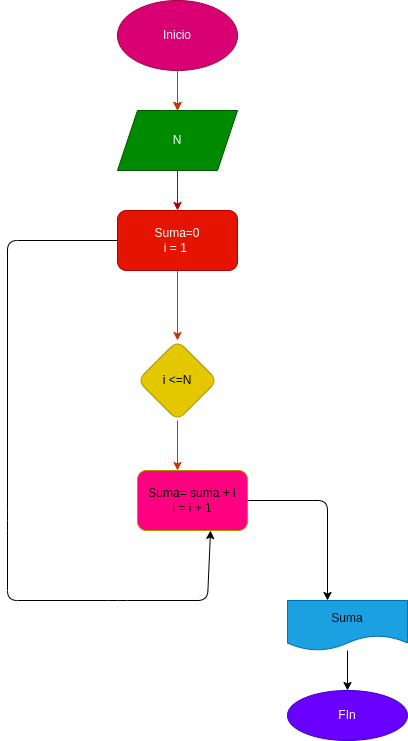
lauraq5/instrucciones_repetitivas keeps this draw.io diagram as diagrama.png. Above is the earlier version. Source tidied: cells renumbered, new cells last; positions are measured from the earlier drawing's top-left corner, leaving out a move shared by most shapes.
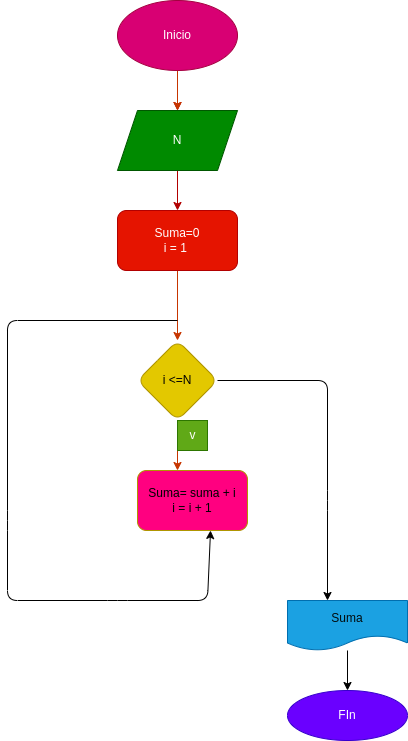
Above is the later version.

Commit message:
se creo el diagrama de fluho y se agrego el README

Diff of the diagram source:
```diff
@@ -38,10 +38,11 @@
     <mxCell id="11" value="Suma= suma + i&lt;br&gt;i = i + 1" style="whiteSpace=wrap;html=1;fillColor=#FF0080;strokeColor=#B09500;fontColor=#000000;rounded=1;" parent="1" vertex="1">
       <mxGeometry x="130" y="470" width="110" height="60" as="geometry" />
     </mxCell>
-    <mxCell id="12" style="endArrow=classic;html=1;exitX=1;exitY=0.5;exitDx=0;exitDy=0;" parent="1" edge="1" source="11">
+    <mxCell id="12" style="endArrow=classic;html=1;exitX=1;exitY=0.5;exitDx=0;exitDy=0;" parent="1" edge="1" source="10">
       <mxGeometry relative="1" as="geometry">
         <mxPoint x="320" y="600" as="targetPoint" />
         <Array as="points">
+          <mxPoint x="320" y="380" />
           <mxPoint x="320" y="500" />
         </Array>
       </mxGeometry>
@@ -55,10 +56,11 @@
     <mxCell id="15" value="FIn" style="ellipse;whiteSpace=wrap;html=1;fontColor=#ffffff;fillColor=#6a00ff;strokeColor=#3700CC;" parent="1" vertex="1">
       <mxGeometry x="280" y="690" width="120" height="50" as="geometry" />
     </mxCell>
-    <mxCell id="16" style="endArrow=classic;html=1;fontColor=#010c0e;exitX=0;exitY=0.5;exitDx=0;exitDy=0;entryX=0.664;entryY=1;entryDx=0;entryDy=0;entryPerimeter=0;" parent="1" edge="1" source="8" target="11">
+    <mxCell id="16" style="endArrow=classic;html=1;fontColor=#010c0e;entryX=0.664;entryY=1;entryDx=0;entryDy=0;entryPerimeter=0;" parent="1" edge="1" target="11">
       <mxGeometry relative="1" as="geometry">
+        <mxPoint x="170" y="320" as="sourcePoint" />
         <Array as="points">
-          <mxPoint y="240" />
+          <mxPoint y="320" />
           <mxPoint y="520" />
           <mxPoint y="600" />
           <mxPoint x="110" y="600" />
@@ -66,5 +68,8 @@
         </Array>
       </mxGeometry>
     </mxCell>
+    <mxCell id="17" value="v" style="text;html=1;align=center;verticalAlign=middle;strokeColor=#2D7600;fillColor=#60a917;fontColor=#ffffff;" parent="1" vertex="1">
+      <mxGeometry x="170" y="420" width="30" height="30" as="geometry" />
+    </mxCell>
   </root>
 </mxGraphModel>
```
